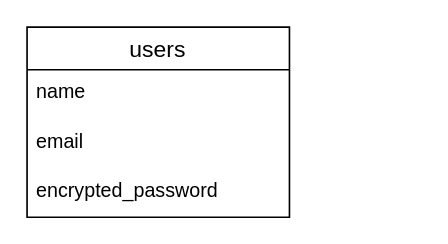
taki39384/smart_connect keeps this draw.io diagram as smart.dio. Above is the earlier version. Source tidied: cells renumbered, new cells numbered last; positions are measured from the earlier drawing's top-left corner, leaving out a move shared by most shapes. Both pictures are drawn from the tidied source at 164%, with x=0, y=0 at pixel (26, 26).
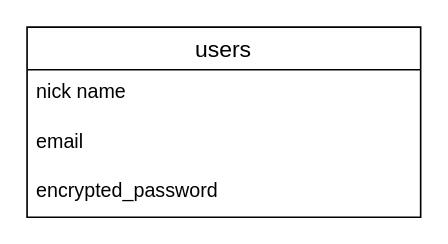
The same page after the edit.

Commit message (it also covers changes not shown here):
データベース設計の修正

The edit, as a diff of the source:
```diff
@@
 <mxGraphModel>
   <root>
     <mxCell id="0" />
     <mxCell id="1" parent="0" />
-    <mxCell id="2" value="users" style="swimlane;fontStyle=0;horizontal=1;startSize=26;align=center;fontSize=14;" parent="1" vertex="1">
-      <mxGeometry width="160" height="116" as="geometry" />
-    </mxCell>
-    <mxCell id="3" value="name" style="text;strokeColor=none;fillColor=none;spacingLeft=4;spacingRight=4;overflow=hidden;fontSize=12;" parent="2" vertex="1">
-      <mxGeometry y="26" width="160" height="30" as="geometry" />
-    </mxCell>
+    <mxCell id="5" value="users" style="swimlane;fontStyle=0;horizontal=1;startSize=26;align=center;fontSize=14;" parent="1" vertex="1">
+      <mxGeometry width="240" height="116" as="geometry" />
+    </mxCell>
+    <mxCell id="6" value="nick name" style="text;strokeColor=none;fillColor=none;spacingLeft=4;spacingRight=4;overflow=hidden;fontSize=12;" parent="5" vertex="1">
+      <mxGeometry y="26" width="240" height="30" as="geometry" />
+    </mxCell>
-    <mxCell id="4" value="email" style="text;strokeColor=none;fillColor=none;spacingLeft=4;spacingRight=4;overflow=hidden;fontSize=12;" parent="2" vertex="1">
-      <mxGeometry y="56" width="160" height="30" as="geometry" />
+    <mxCell id="4" value="email" style="text;strokeColor=none;fillColor=none;spacingLeft=4;spacingRight=4;overflow=hidden;fontSize=12;" parent="5" vertex="1">
+      <mxGeometry y="56" width="240" height="30" as="geometry" />
     </mxCell>
-    <mxCell id="5" value="encrypted_password" style="text;strokeColor=none;fillColor=none;spacingLeft=4;spacingRight=4;overflow=hidden;fontSize=12;" parent="2" vertex="1">
-      <mxGeometry y="86" width="160" height="30" as="geometry" />
-    </mxCell>
+    <mxCell id="7" value="encrypted_password" style="text;strokeColor=none;fillColor=none;spacingLeft=4;spacingRight=4;overflow=hidden;fontSize=12;" parent="5" vertex="1">
+      <mxGeometry y="86" width="240" height="30" as="geometry" />
+    </mxCell>
   </root>
 </mxGraphModel>
```
